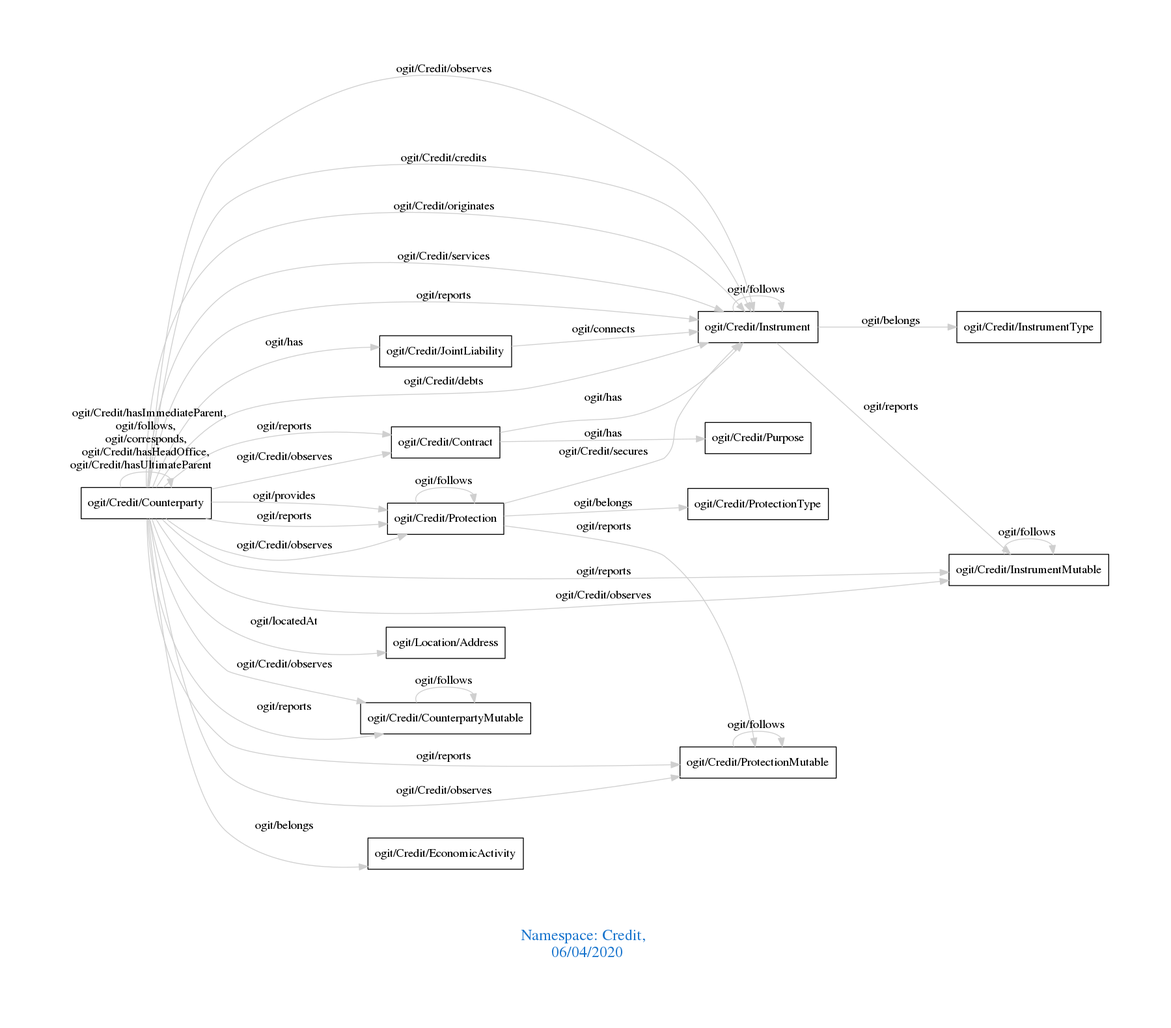
Before: downloads/Credit.png, a diagram exported from Graphviz (arago/OGIT). Its source is kept beside it as downloads/Credit.dot.
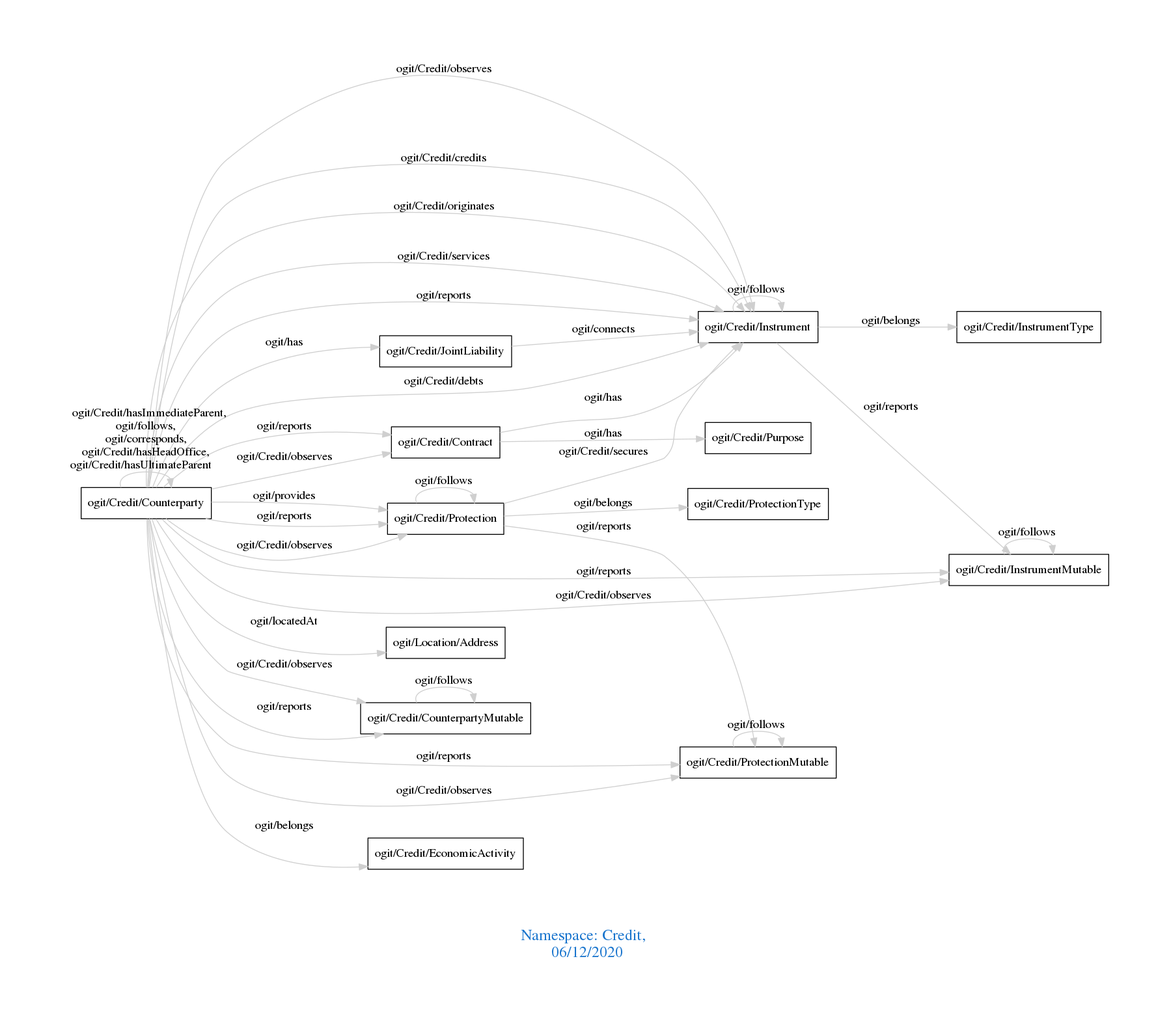
After the change.

Change to the diagram source:
```diff
@@ -1,7 +1,7 @@
 digraph OGIT_ontology {
  graph [ rankdir= LR,pad=1
 fontsize = 18,
-fontcolor= dodgerblue3,label = "\n\n\nNamespace: Credit, \n 06/04/2020"];
+fontcolor= dodgerblue3,label = "\n\n\nNamespace: Credit, \n 06/12/2020"];
 node[shape=polygon];
 edge [  color="gray81"];
 
```
